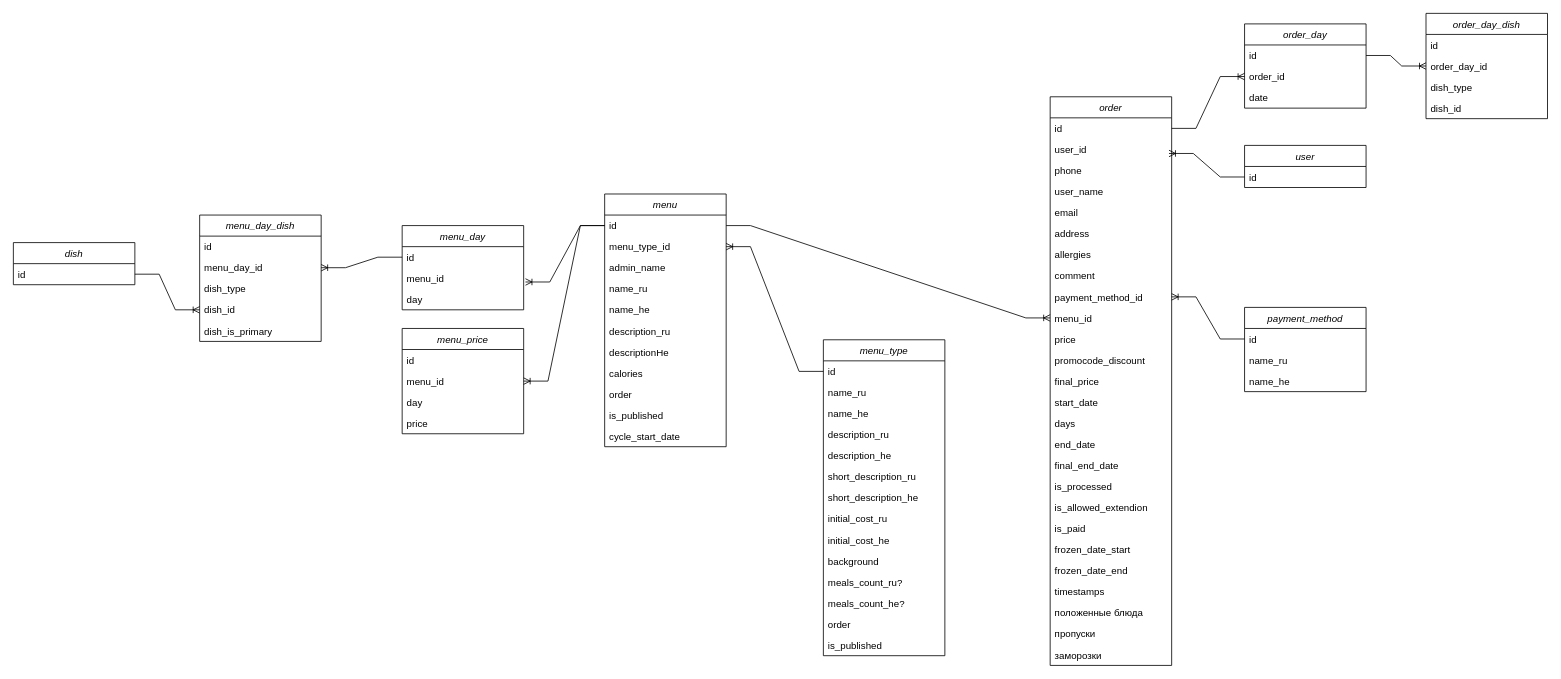
The draw.io diagram er.drawio in xw1nchester/muscle-feed-backend, before the edit. Source tidied: cells renumbered, new cells numbered last; positions are measured from the earlier drawing's top-left corner, leaving out a move shared by most shapes. Both pictures are drawn from the tidied source at 81%, with x=0, y=0 at pixel (13, 13).
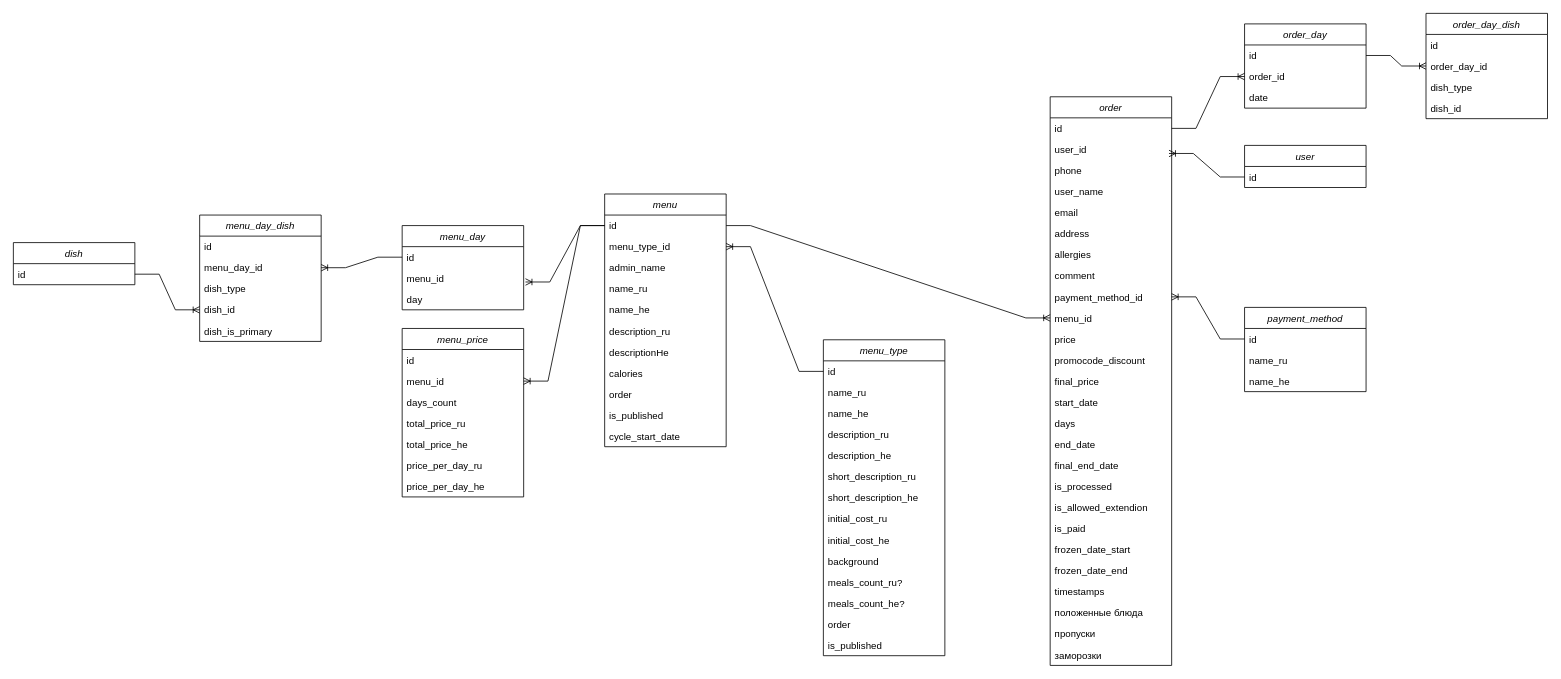
The same diagram, later.

Change to the diagram source:
```diff
@@
     <mxCell id="92" value="menu_price" style="swimlane;fontStyle=2;align=center;verticalAlign=top;horizontal=1;startSize=26;rounded=0;shadow=0;strokeWidth=1;" parent="1" vertex="1">
-      <mxGeometry x="480" y="389" width="150" height="130" as="geometry" />
+      <mxGeometry x="480" y="389" width="150" height="208" as="geometry" />
     </mxCell>
@@
-    <mxCell id="95" value="day" style="text;align=left;verticalAlign=top;spacingLeft=4;spacingRight=4;overflow=hidden;" parent="92" vertex="1">
+    <mxCell id="95" value="days_count" style="text;align=left;verticalAlign=top;spacingLeft=4;spacingRight=4;overflow=hidden;" parent="92" vertex="1">
       <mxGeometry y="78" width="150" height="26" as="geometry" />
     </mxCell>
-    <mxCell id="96" value="price" style="text;align=left;verticalAlign=top;spacingLeft=4;spacingRight=4;overflow=hidden;" parent="92" vertex="1">
+    <mxCell id="96" value="total_price_ru" style="text;align=left;verticalAlign=top;spacingLeft=4;spacingRight=4;overflow=hidden;" parent="92" vertex="1">
       <mxGeometry y="104" width="150" height="26" as="geometry" />
     </mxCell>
+    <mxCell id="98" value="total_price_he" style="text;align=left;verticalAlign=top;spacingLeft=4;spacingRight=4;overflow=hidden;" parent="92" vertex="1">
+      <mxGeometry y="130" width="150" height="26" as="geometry" />
+    </mxCell>
+    <mxCell id="99" value="price_per_day_ru" style="text;align=left;verticalAlign=top;spacingLeft=4;spacingRight=4;overflow=hidden;" parent="92" vertex="1">
+      <mxGeometry y="156" width="150" height="26" as="geometry" />
+    </mxCell>
+    <mxCell id="100" value="price_per_day_he" style="text;align=left;verticalAlign=top;spacingLeft=4;spacingRight=4;overflow=hidden;" parent="92" vertex="1">
+      <mxGeometry y="182" width="150" height="26" as="geometry" />
+    </mxCell>
```
